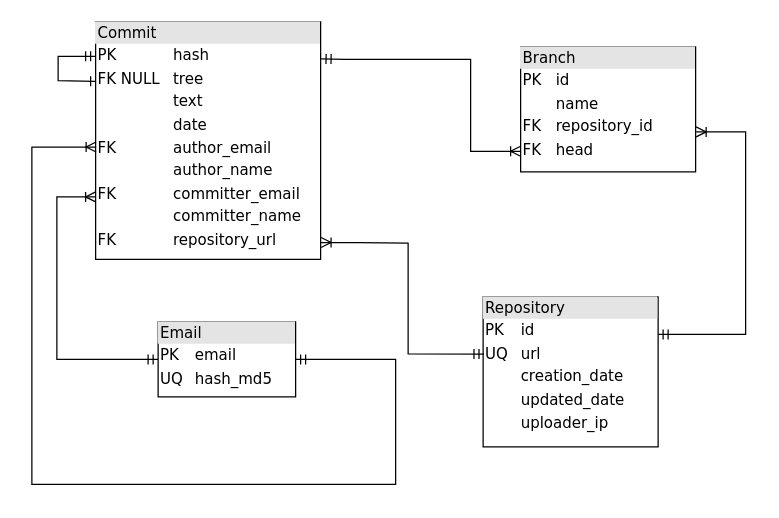
Before: data/relation_final.drawio in gico-net/docs, a draw.io diagram. Source tidied: cells renumbered, new cells numbered last; positions are measured from the earlier drawing's top-left corner, leaving out a move shared by most shapes. Both pictures are drawn from the tidied source at 125%, with x=0, y=0 at pixel (31, 21).
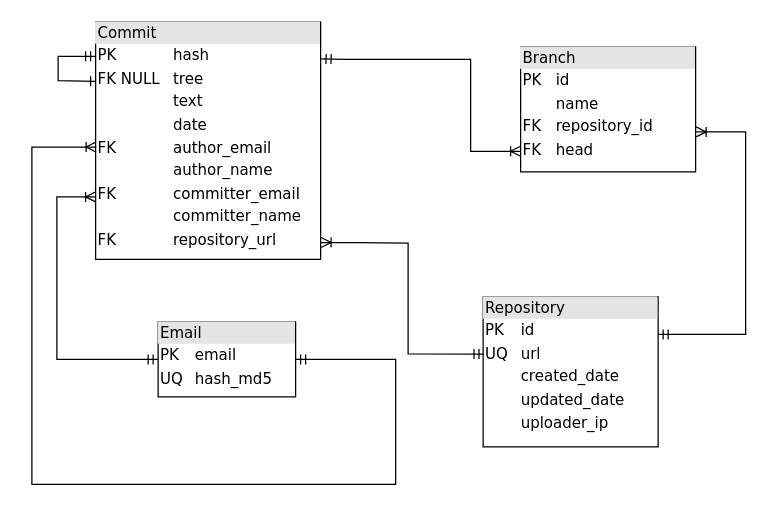
The same diagram, later.

The edit, as a diff of the source:
```diff
@@
-    <mxCell id="2" value="&lt;div style=&quot;box-sizing: border-box ; width: 100% ; background: #e4e4e4 ; padding: 2px&quot;&gt;Repository&lt;/div&gt;&lt;table style=&quot;width: 100% ; font-size: 1em&quot; cellspacing=&quot;0&quot; cellpadding=&quot;2&quot;&gt;&lt;tbody&gt;&lt;tr&gt;&lt;td&gt;PK&lt;/td&gt;&lt;td&gt;id&lt;br&gt;&lt;/td&gt;&lt;/tr&gt;&lt;tr&gt;&lt;td&gt;UQ&lt;br&gt;&lt;/td&gt;&lt;td&gt;url&lt;br&gt;&lt;/td&gt;&lt;/tr&gt;&lt;tr&gt;&lt;td&gt;&lt;br&gt;&lt;/td&gt;&lt;td&gt;creation_date&lt;br&gt;&lt;/td&gt;&lt;/tr&gt;&lt;tr&gt;&lt;td&gt;&lt;br&gt;&lt;/td&gt;&lt;td&gt;updated_date&lt;/td&gt;&lt;/tr&gt;&lt;tr&gt;&lt;td&gt;&lt;br&gt;&lt;/td&gt;&lt;td&gt;uploader_ip&lt;br&gt;&lt;/td&gt;&lt;/tr&gt;&lt;/tbody&gt;&lt;/table&gt;" style="verticalAlign=top;align=left;overflow=fill;html=1;rounded=0;shadow=0;comic=0;labelBackgroundColor=none;strokeWidth=1;fontFamily=Verdana;fontSize=12;" parent="1" vertex="1">
+    <mxCell id="2" value="&lt;div style=&quot;box-sizing: border-box ; width: 100% ; background: #e4e4e4 ; padding: 2px&quot;&gt;Repository&lt;/div&gt;&lt;table style=&quot;width: 100% ; font-size: 1em&quot; cellspacing=&quot;0&quot; cellpadding=&quot;2&quot;&gt;&lt;tbody&gt;&lt;tr&gt;&lt;td&gt;PK&lt;/td&gt;&lt;td&gt;id&lt;br&gt;&lt;/td&gt;&lt;/tr&gt;&lt;tr&gt;&lt;td&gt;UQ&lt;br&gt;&lt;/td&gt;&lt;td&gt;url&lt;br&gt;&lt;/td&gt;&lt;/tr&gt;&lt;tr&gt;&lt;td&gt;&lt;br&gt;&lt;/td&gt;&lt;td&gt;created_date&lt;br&gt;&lt;/td&gt;&lt;/tr&gt;&lt;tr&gt;&lt;td&gt;&lt;br&gt;&lt;/td&gt;&lt;td&gt;updated_date&lt;/td&gt;&lt;/tr&gt;&lt;tr&gt;&lt;td&gt;&lt;br&gt;&lt;/td&gt;&lt;td&gt;uploader_ip&lt;br&gt;&lt;/td&gt;&lt;/tr&gt;&lt;/tbody&gt;&lt;/table&gt;" style="verticalAlign=top;align=left;overflow=fill;html=1;rounded=0;shadow=0;comic=0;labelBackgroundColor=none;strokeWidth=1;fontFamily=Verdana;fontSize=12;" parent="1" vertex="1">
       <mxGeometry x="361" y="220" width="140" height="120" as="geometry" />
     </mxCell>
```
